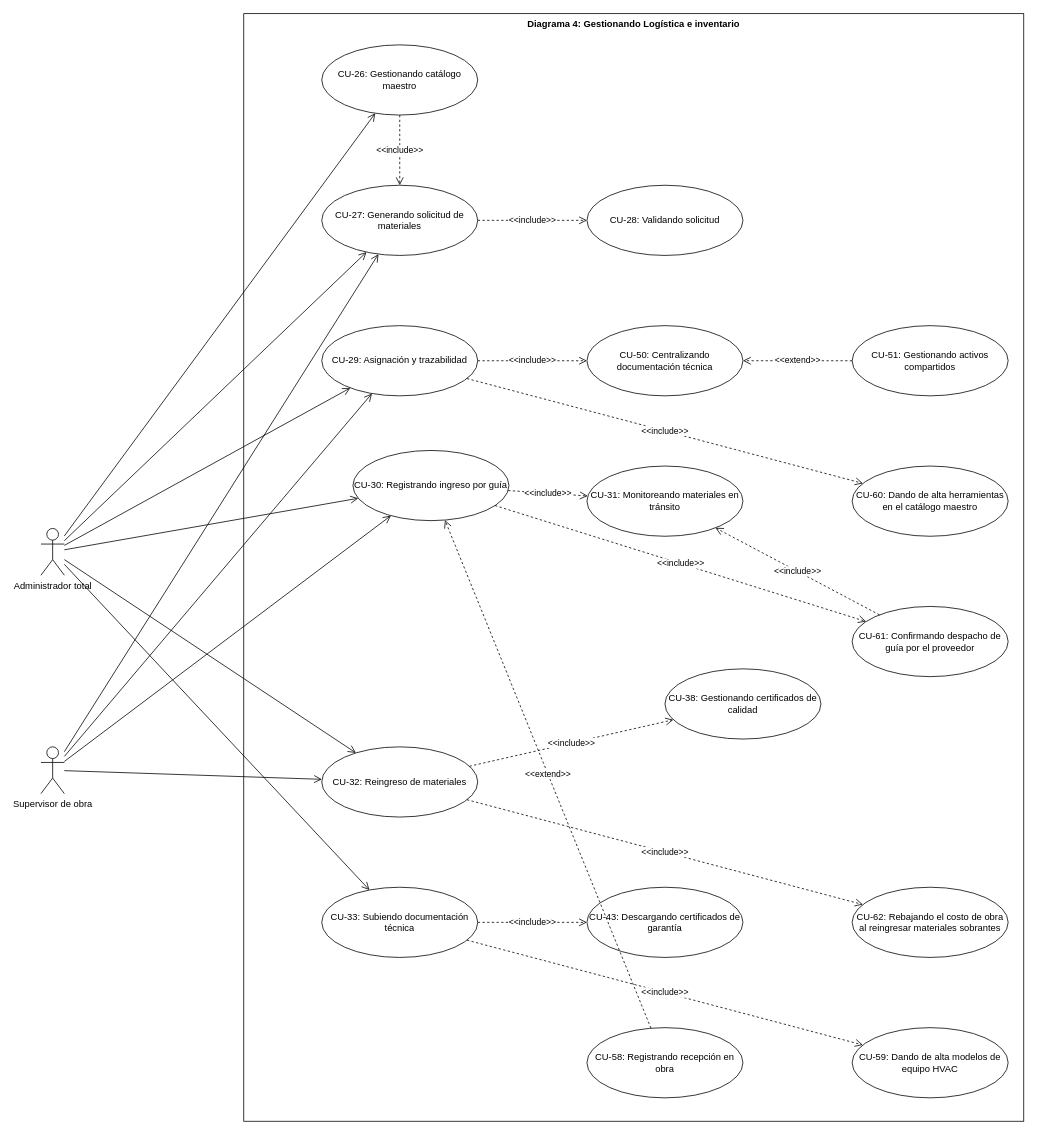
Before: Documentación/INCREMENTO 2/Diagramas/Diagrama casos de uso/Diagrama 4_ Gestionando Logística e inventario.drawio in martincduc/erp-ati-termic-archivos, a draw.io diagram. Source tidied: cells renumbered, new cells numbered last; positions are measured from the earlier drawing's top-left corner, leaving out a move shared by most shapes. Both pictures are drawn from the tidied source at 78%, with x=0, y=0 at pixel (41, 13).
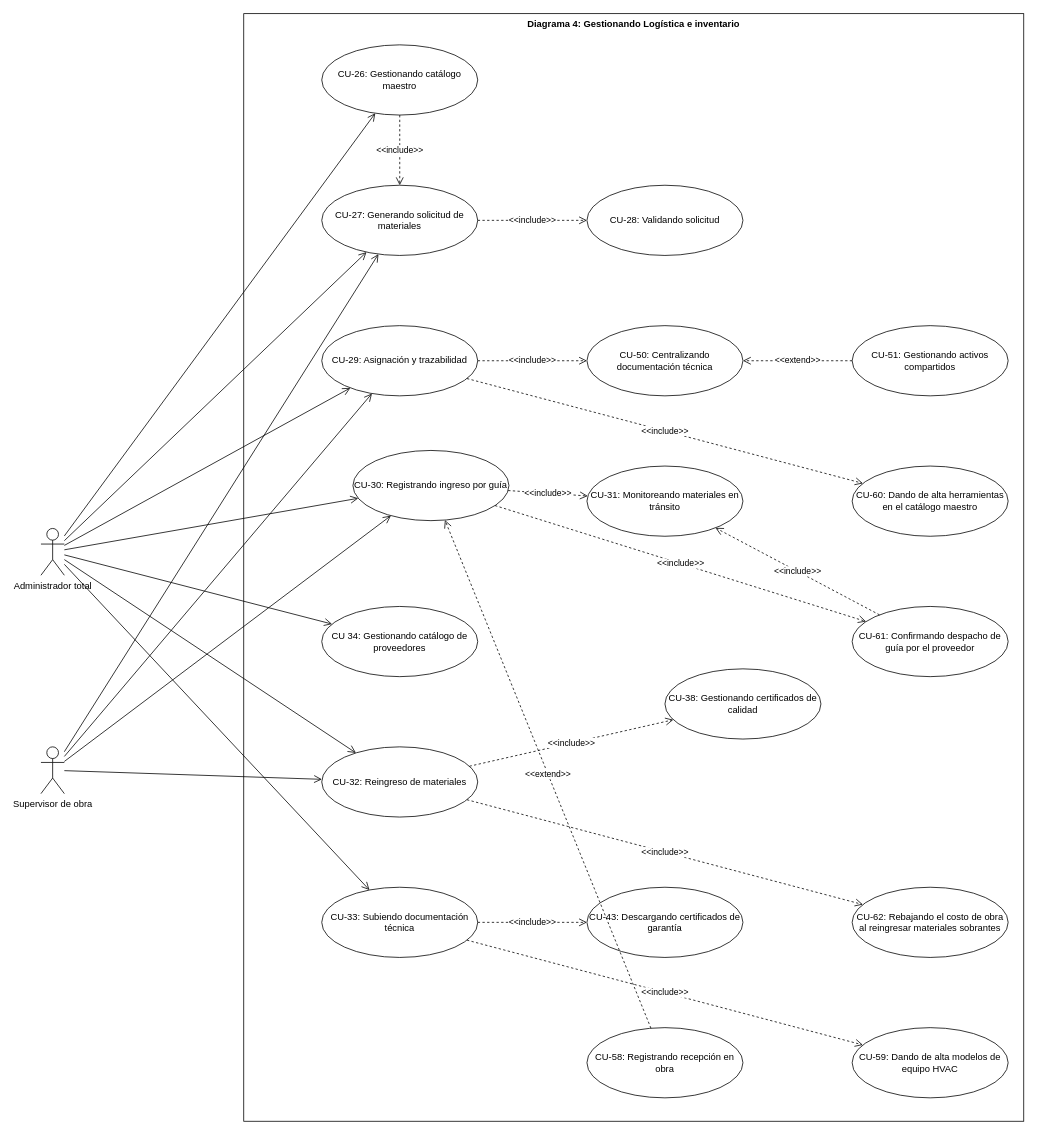
The same diagram, later.

The change refers to these unchanged cells:
```xml
<mxCell id="3" value="Administrador total" style="shape=umlActor;verticalLabelPosition=bottom;verticalAlign=top;html=1;outlineConnect=0;fillColor=none;strokeColor=#000000;fontColor=#000000;" parent="1" vertex="1">
  <mxGeometry y="660" width="30" height="60" as="geometry" />
</mxCell>
```

The edit, as a diff of the source:
```diff
@@
+    <mxCell id="45" value="CU 34: Gestionando catálogo de proveedores" style="ellipse;whiteSpace=wrap;html=1;fillColor=#ffffff;strokeColor=#000000;fontColor=#000000;" parent="1" vertex="1">
+      <mxGeometry x="360" y="760" width="200" height="90" as="geometry" />
+    </mxCell>
+    <mxCell id="46" style="endArrow=open;endFill=0;html=1;endSize=8;strokeColor=#000000;rounded=0;" parent="1" edge="1" source="3" target="45">
+      <mxGeometry relative="1" as="geometry" />
+    </mxCell>
```
